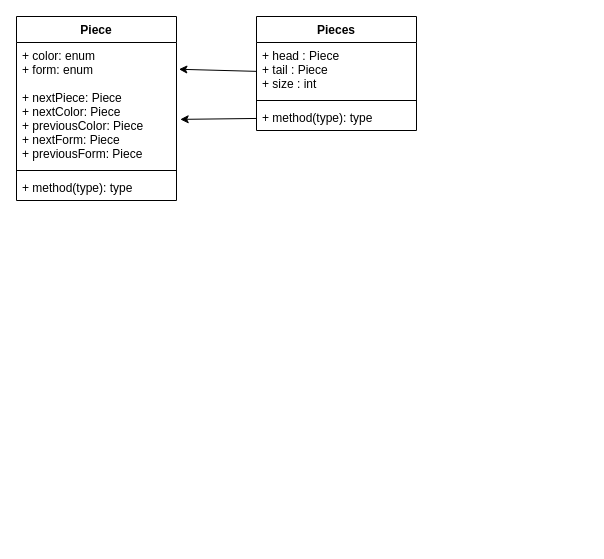
Before: docs/diagrams/classDiagram.drawio in AbderrahimeEl/Tetris, a draw.io diagram. Source tidied: cells renumbered, new cells numbered last; positions are measured from the earlier drawing's top-left corner, leaving out a move shared by most shapes. Both pictures are drawn from the tidied source at 100%, with x=0, y=0 at pixel (16, 16).
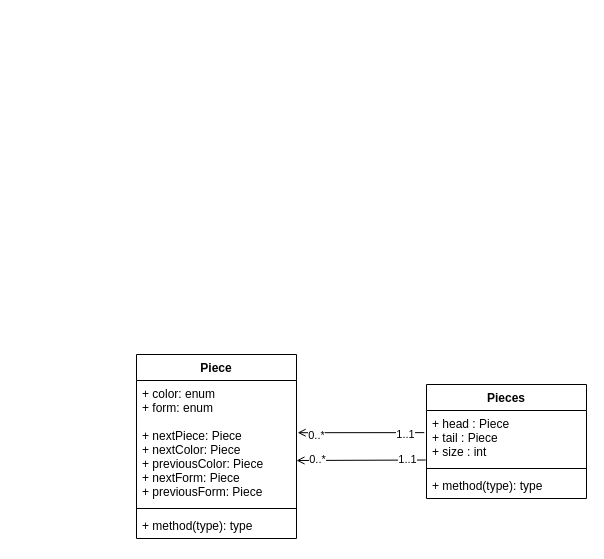
The same diagram, later.

Commit message (it also covers changes not shown here):
Add activity diagram

What changed in the source:
```diff
@@
 <mxGraphModel>
   <root>
     <mxCell id="0" />
     <mxCell id="1" parent="0" />
     <mxCell id="2" value="Piece" style="swimlane;fontStyle=1;align=center;verticalAlign=top;horizontal=1;startSize=26;" parent="1" vertex="1">
-      <mxGeometry width="160" height="184" as="geometry" />
+      <mxGeometry x="120" y="338" width="160" height="184" as="geometry" />
     </mxCell>
     <mxCell id="3" value="+ color: enum&#10;+ form: enum&#10;&#10;+ nextPiece: Piece&#10;+ nextColor: Piece&#10;+ previousColor: Piece&#10;+ nextForm: Piece&#10;+ previousForm: Piece" style="text;strokeColor=none;fillColor=none;align=left;verticalAlign=top;spacingLeft=4;spacingRight=4;overflow=hidden;points=[[0,0.5],[1,0.5]];portConstraint=eastwest;" parent="2" vertex="1">
       <mxGeometry y="26" width="160" height="124" as="geometry" />
     </mxCell>
     <mxCell id="4" style="line;strokeWidth=1;fillColor=none;align=left;verticalAlign=middle;spacingTop=-1;spacingLeft=3;spacingRight=3;labelPosition=right;strokeColor=inherit;" parent="2" vertex="1">
       <mxGeometry y="150" width="160" height="8" as="geometry" />
     </mxCell>
     <mxCell id="5" value="+ method(type): type" style="text;strokeColor=none;fillColor=none;align=left;verticalAlign=top;spacingLeft=4;spacingRight=4;overflow=hidden;" parent="2" vertex="1">
       <mxGeometry y="158" width="160" height="26" as="geometry" />
     </mxCell>
-    <mxCell id="6" style="edgeStyle=none;html=1;entryX=1.015;entryY=0.216;entryDx=0;entryDy=0;entryPerimeter=0;" parent="1" edge="1" source="7" target="3">
+    <mxCell id="6" style="edgeStyle=none;html=1;entryX=1.007;entryY=0.421;entryDx=0;entryDy=0;entryPerimeter=0;exitX=-0.014;exitY=0.41;exitDx=0;exitDy=0;endArrow=open;endFill=0;exitPerimeter=0;" parent="1" edge="1" source="8" target="3">
       <mxGeometry relative="1" as="geometry" />
     </mxCell>
+    <mxCell id="12" value="1..1" style="edgeLabel;html=1;align=center;verticalAlign=middle;" parent="6" vertex="1">
+      <mxGeometry x="-0.5" y="2" relative="1" as="geometry">
+        <mxPoint x="13" y="-1" as="offset" />
+      </mxGeometry>
+    </mxCell>
+    <mxCell id="13" value="0..*" style="edgeLabel;html=1;align=center;verticalAlign=middle;" parent="6" vertex="1">
+      <mxGeometry x="0.74" y="2" relative="1" as="geometry">
+        <mxPoint x="2" as="offset" />
+      </mxGeometry>
+    </mxCell>
     <mxCell id="7" value="Pieces" style="swimlane;fontStyle=1;align=center;verticalAlign=top;horizontal=1;startSize=26;" parent="1" vertex="1">
-      <mxGeometry x="240" width="160" height="114" as="geometry" />
+      <mxGeometry x="410" y="368" width="160" height="114" as="geometry" />
     </mxCell>
     <mxCell id="8" value="+ head : Piece&#10;+ tail : Piece&#10;+ size : int" style="text;strokeColor=none;fillColor=none;align=left;verticalAlign=top;spacingLeft=4;spacingRight=4;overflow=hidden;points=[[0,0.5],[1,0.5]];portConstraint=eastwest;" parent="7" vertex="1">
       <mxGeometry y="26" width="160" height="54" as="geometry" />
     </mxCell>
     <mxCell id="9" style="line;strokeWidth=1;fillColor=none;align=left;verticalAlign=middle;spacingTop=-1;spacingLeft=3;spacingRight=3;labelPosition=right;strokeColor=inherit;" parent="7" vertex="1">
       <mxGeometry y="80" width="160" height="8" as="geometry" />
     </mxCell>
     <mxCell id="10" value="+ method(type): type" style="text;strokeColor=none;fillColor=none;align=left;verticalAlign=top;spacingLeft=4;spacingRight=4;overflow=hidden;points=[[0,0.5],[1,0.5]];portConstraint=eastwest;" parent="7" vertex="1">
       <mxGeometry y="88" width="160" height="26" as="geometry" />
     </mxCell>
-    <mxCell id="11" style="edgeStyle=none;html=1;entryX=1.023;entryY=0.62;entryDx=0;entryDy=0;entryPerimeter=0;" parent="1" edge="1" source="10" target="3">
-      <mxGeometry relative="1" as="geometry" />
+    <mxCell id="11" style="edgeStyle=none;html=1;exitX=-0.005;exitY=0.917;exitDx=0;exitDy=0;exitPerimeter=0;endArrow=open;endFill=0;" parent="1" edge="1" source="8">
+      <mxGeometry relative="1" as="geometry">
+        <mxPoint x="280" y="444" as="targetPoint" />
+      </mxGeometry>
     </mxCell>
+    <mxCell id="14" value="1..1" style="edgeLabel;html=1;align=center;verticalAlign=middle;" parent="11" vertex="1">
+      <mxGeometry x="-0.75" y="-1" relative="1" as="geometry">
+        <mxPoint x="-3" as="offset" />
+      </mxGeometry>
+    </mxCell>
+    <mxCell id="15" value="0..*" style="edgeLabel;html=1;align=center;verticalAlign=middle;" parent="11" vertex="1">
+      <mxGeometry x="0.74" y="-1" relative="1" as="geometry">
+        <mxPoint x="3" as="offset" />
+      </mxGeometry>
+    </mxCell>
   </root>
 </mxGraphModel>
```
